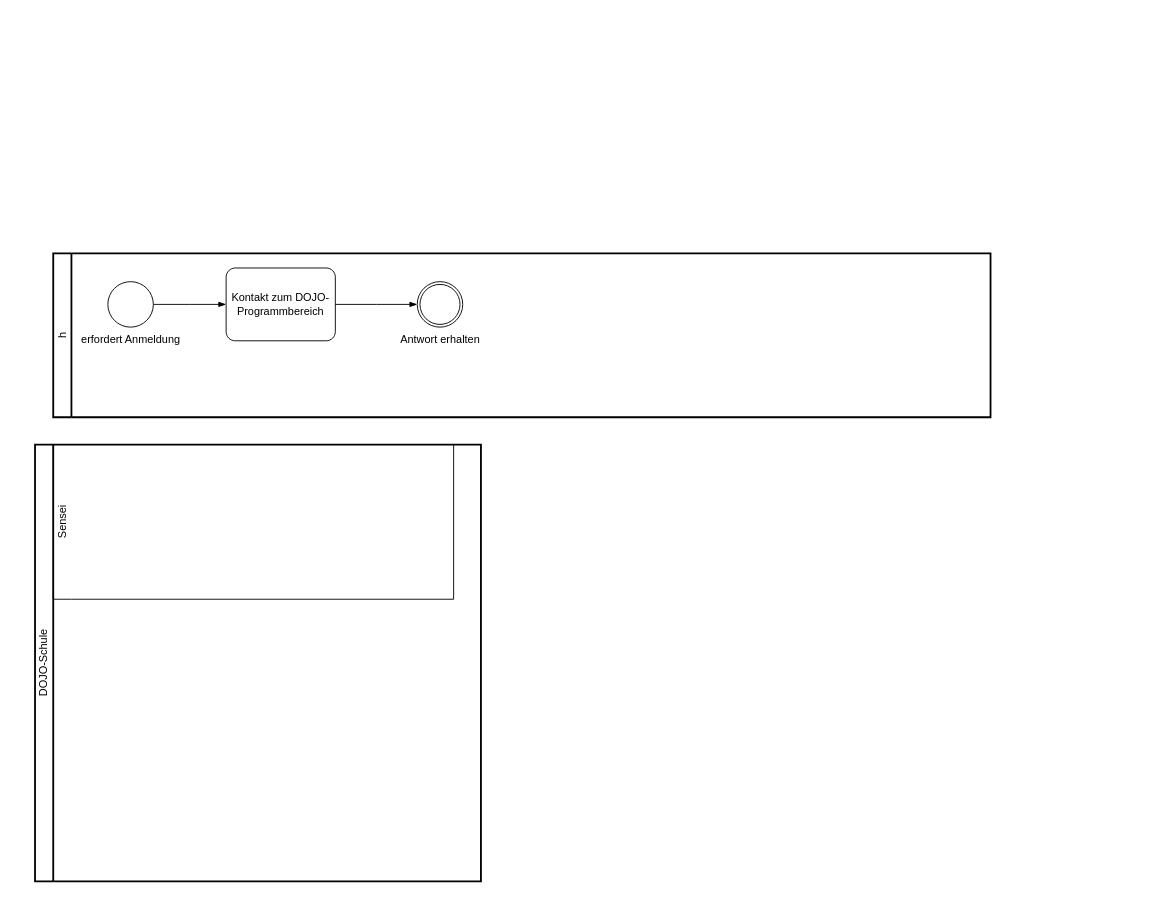
Above: BPMN Diagramm.drawio in Mikomy/Softwaremanagement-1 (draw.io), before the change. Source tidied: cells renumbered, new cells numbered last; positions are measured from the earlier drawing's top-left corner, leaving out a move shared by most shapes. Both pictures are drawn from the tidied source at 91%, with x=0, y=0 at pixel (35, 253).
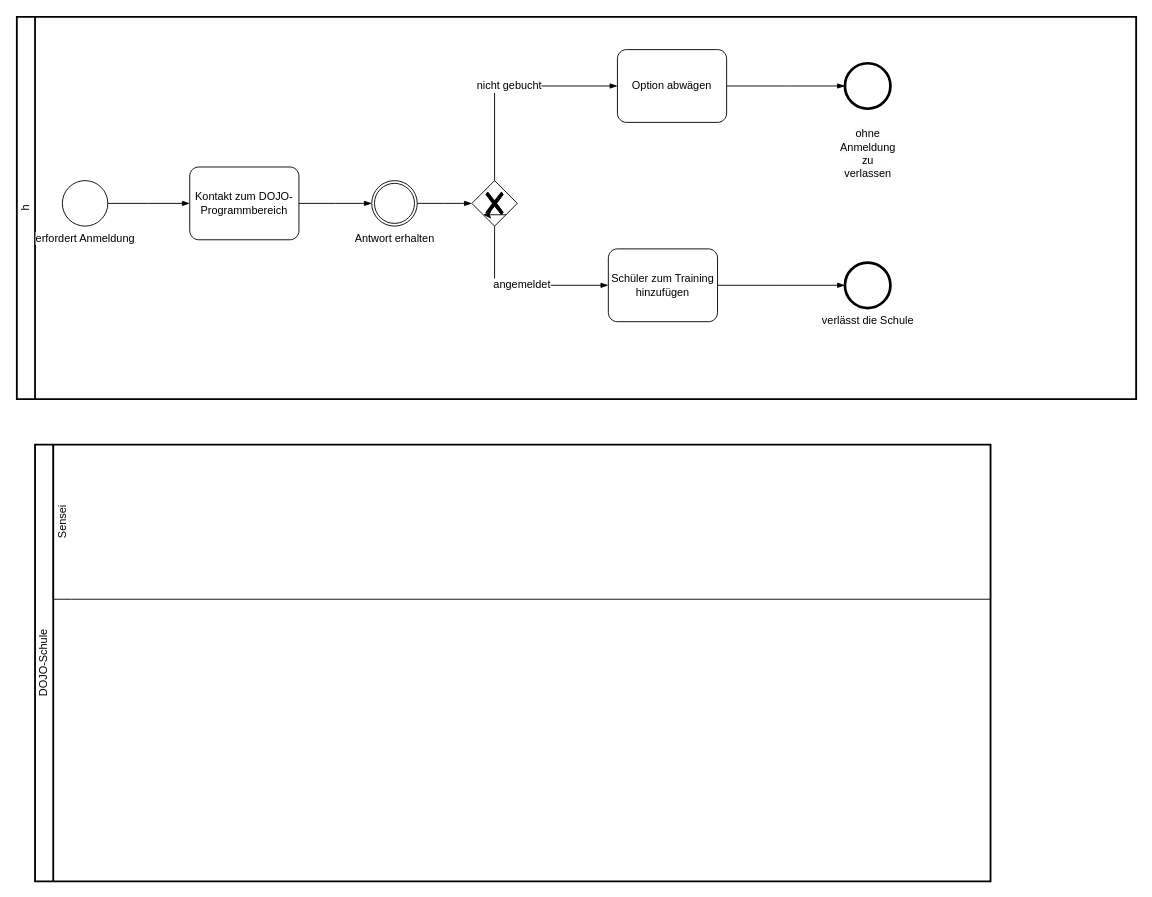
The same page after the edit.

The edit, as a diff of the source:
```diff
@@
     <mxCell id="2" value="h" style="swimlane;html=1;startSize=20;fontStyle=0;horizontal=0;swimlaneLine=1;swimlaneFillColor=#ffffff;strokeWidth=2;whiteSpace=wrap;" parent="1" vertex="1">
-      <mxGeometry x="20" width="1030" height="180" as="geometry" />
+      <mxGeometry x="-20" y="-260" width="1230" height="420" as="geometry" />
     </mxCell>
     <mxCell id="3" value="erfordert Anmeldung" style="points=[[0.145,0.145,0],[0.5,0,0],[0.855,0.145,0],[1,0.5,0],[0.855,0.855,0],[0.5,1,0],[0.145,0.855,0],[0,0.5,0]];shape=mxgraph.bpmn.event;html=1;verticalLabelPosition=bottom;labelBackgroundColor=#ffffff;verticalAlign=top;align=center;perimeter=ellipsePerimeter;outlineConnect=0;outline=standard;symbol=general;" parent="2" vertex="1">
-      <mxGeometry x="60" y="31" width="50" height="50" as="geometry" />
+      <mxGeometry x="50" y="180" width="50" height="50" as="geometry" />
     </mxCell>
     <mxCell id="4" value="Kontakt zum DOJO-Programmbereich" style="points=[[0.25,0,0],[0.5,0,0],[0.75,0,0],[1,0.25,0],[1,0.5,0],[1,0.75,0],[0.75,1,0],[0.5,1,0],[0.25,1,0],[0,0.75,0],[0,0.5,0],[0,0.25,0]];shape=mxgraph.bpmn.task;whiteSpace=wrap;rectStyle=rounded;size=10;html=1;taskMarker=abstract;" parent="2" vertex="1">
-      <mxGeometry x="190" y="16" width="120" height="80" as="geometry" />
+      <mxGeometry x="190" y="165" width="120" height="80" as="geometry" />
     </mxCell>
@@
     <mxCell id="6" value="Antwort erhalten" style="points=[[0.145,0.145,0],[0.5,0,0],[0.855,0.145,0],[1,0.5,0],[0.855,0.855,0],[0.5,1,0],[0.145,0.855,0],[0,0.5,0]];shape=mxgraph.bpmn.event;html=1;verticalLabelPosition=bottom;labelBackgroundColor=#ffffff;verticalAlign=top;align=center;perimeter=ellipsePerimeter;outlineConnect=0;outline=throwing;symbol=general;" parent="2" vertex="1">
-      <mxGeometry x="400" y="31" width="50" height="50" as="geometry" />
+      <mxGeometry x="390" y="180" width="50" height="50" as="geometry" />
     </mxCell>
@@
+    <mxCell id="10" style="points=[[0.25,0.25,0],[0.5,0,0],[0.75,0.25,0],[1,0.5,0],[0.75,0.75,0],[0.5,1,0],[0.25,0.75,0],[0,0.5,0]];shape=mxgraph.bpmn.gateway2;html=1;verticalLabelPosition=bottom;labelBackgroundColor=#ffffff;verticalAlign=top;align=center;perimeter=rhombusPerimeter;outlineConnect=0;outline=none;symbol=none;gwType=exclusive;" parent="2" vertex="1">
+      <mxGeometry x="500" y="180" width="50" height="50" as="geometry" />
+    </mxCell>
+    <mxCell id="11" value="Schüler zum Training hinzufügen" style="points=[[0.25,0,0],[0.5,0,0],[0.75,0,0],[1,0.25,0],[1,0.5,0],[1,0.75,0],[0.75,1,0],[0.5,1,0],[0.25,1,0],[0,0.75,0],[0,0.5,0],[0,0.25,0]];shape=mxgraph.bpmn.task;whiteSpace=wrap;rectStyle=rounded;size=10;html=1;taskMarker=abstract;" parent="2" vertex="1">
+      <mxGeometry x="650" y="255" width="120" height="80" as="geometry" />
+    </mxCell>
+    <mxCell id="12" style="edgeStyle=elbowEdgeStyle;fontSize=12;html=1;endArrow=blockThin;endFill=1;rounded=0;exitX=1;exitY=0.5;exitDx=0;exitDy=0;exitPerimeter=0;entryX=0;entryY=0.5;entryDx=0;entryDy=0;entryPerimeter=0;" parent="2" edge="1" source="6" target="10">
+      <mxGeometry relative="1" as="geometry" />
+    </mxCell>
+    <mxCell id="13" value="angemeldet" style="edgeStyle=elbowEdgeStyle;fontSize=12;html=1;endArrow=blockThin;endFill=1;rounded=0;entryX=0;entryY=0.5;entryDx=0;entryDy=0;entryPerimeter=0;exitX=0.5;exitY=1;exitDx=0;exitDy=0;exitPerimeter=0;" parent="2" edge="1" source="10" target="11">
+      <mxGeometry relative="1" as="geometry">
+        <Array as="points">
+          <mxPoint x="525" y="275" />
+        </Array>
+      </mxGeometry>
+    </mxCell>
+    <mxCell id="14" style="edgeStyle=orthogonalEdgeStyle;rounded=0;orthogonalLoop=1;jettySize=auto;html=1;exitX=0.75;exitY=0.75;exitDx=0;exitDy=0;exitPerimeter=0;entryX=0.25;entryY=0.75;entryDx=0;entryDy=0;entryPerimeter=0;" parent="2" edge="1" source="10" target="10">
+      <mxGeometry relative="1" as="geometry" />
+    </mxCell>
+    <mxCell id="15" value="&#10;&lt;span style=&quot;color: rgb(0, 0, 0); font-family: Helvetica; font-size: 12px; font-style: normal; font-variant-ligatures: normal; font-variant-caps: normal; font-weight: 400; letter-spacing: normal; orphans: 2; text-align: center; text-indent: 0px; text-transform: none; widows: 2; word-spacing: 0px; -webkit-text-stroke-width: 0px; white-space: normal; background-color: rgb(251, 251, 251); text-decoration-thickness: initial; text-decoration-style: initial; text-decoration-color: initial; display: inline !important; float: none;&quot;&gt;ohne Anmeldung zu verlassen&lt;/span&gt;&#10;&#10;" style="points=[[0.145,0.145,0],[0.5,0,0],[0.855,0.145,0],[1,0.5,0],[0.855,0.855,0],[0.5,1,0],[0.145,0.855,0],[0,0.5,0]];shape=mxgraph.bpmn.event;html=1;verticalLabelPosition=bottom;labelBackgroundColor=#ffffff;verticalAlign=top;align=center;perimeter=ellipsePerimeter;outlineConnect=0;outline=end;symbol=terminate2;" parent="2" vertex="1">
+      <mxGeometry x="910" y="51" width="50" height="50" as="geometry" />
+    </mxCell>
+    <mxCell id="16" value="verlässt die Schule" style="points=[[0.145,0.145,0],[0.5,0,0],[0.855,0.145,0],[1,0.5,0],[0.855,0.855,0],[0.5,1,0],[0.145,0.855,0],[0,0.5,0]];shape=mxgraph.bpmn.event;html=1;verticalLabelPosition=bottom;labelBackgroundColor=#ffffff;verticalAlign=top;align=center;perimeter=ellipsePerimeter;outlineConnect=0;outline=end;symbol=terminate2;" parent="2" vertex="1">
+      <mxGeometry x="910" y="270" width="50" height="50" as="geometry" />
+    </mxCell>
+    <mxCell id="17" style="edgeStyle=elbowEdgeStyle;fontSize=12;html=1;endArrow=blockThin;endFill=1;rounded=0;entryX=0;entryY=0.5;entryDx=0;entryDy=0;entryPerimeter=0;exitX=1;exitY=0.5;exitDx=0;exitDy=0;exitPerimeter=0;" parent="2" edge="1" source="11" target="16">
+      <mxGeometry relative="1" as="geometry" />
+    </mxCell>
     <mxCell id="8" value="DOJO-Schule" style="swimlane;html=1;startSize=20;fontStyle=0;horizontal=0;swimlaneLine=1;swimlaneFillColor=#ffffff;strokeWidth=2;whiteSpace=wrap;" parent="1" vertex="1">
-      <mxGeometry y="210" width="490" height="480" as="geometry" />
+      <mxGeometry y="210" width="1050" height="480" as="geometry" />
     </mxCell>
     <mxCell id="9" value="Sensei" style="swimlane;html=1;startSize=20;fontStyle=0;horizontal=0;swimlaneLine=0;fillColor=none;whiteSpace=wrap;" parent="8" vertex="1">
-      <mxGeometry x="20" width="440" height="170" as="geometry" />
+      <mxGeometry x="20" width="1030" height="170" as="geometry" />
     </mxCell>
+    <mxCell id="18" value="Option abwägen" style="points=[[0.25,0,0],[0.5,0,0],[0.75,0,0],[1,0.25,0],[1,0.5,0],[1,0.75,0],[0.75,1,0],[0.5,1,0],[0.25,1,0],[0,0.75,0],[0,0.5,0],[0,0.25,0]];shape=mxgraph.bpmn.task;whiteSpace=wrap;rectStyle=rounded;size=10;html=1;taskMarker=abstract;" parent="1" vertex="1">
+      <mxGeometry x="640" y="-224" width="120" height="80" as="geometry" />
+    </mxCell>
+    <mxCell id="19" value="nicht gebucht" style="edgeStyle=elbowEdgeStyle;fontSize=12;html=1;endArrow=blockThin;endFill=1;rounded=0;exitX=0.5;exitY=0;exitDx=0;exitDy=0;exitPerimeter=0;entryX=0;entryY=0.5;entryDx=0;entryDy=0;entryPerimeter=0;" parent="1" edge="1" source="10" target="18">
+      <mxGeometry relative="1" as="geometry">
+        <Array as="points">
+          <mxPoint x="505" y="-140" />
+        </Array>
+      </mxGeometry>
+    </mxCell>
+    <mxCell id="20" style="edgeStyle=elbowEdgeStyle;fontSize=12;html=1;endArrow=blockThin;endFill=1;rounded=0;exitX=1;exitY=0.5;exitDx=0;exitDy=0;exitPerimeter=0;entryX=0;entryY=0.5;entryDx=0;entryDy=0;entryPerimeter=0;" parent="1" edge="1" source="18" target="15">
+      <mxGeometry relative="1" as="geometry" />
+    </mxCell>
```
